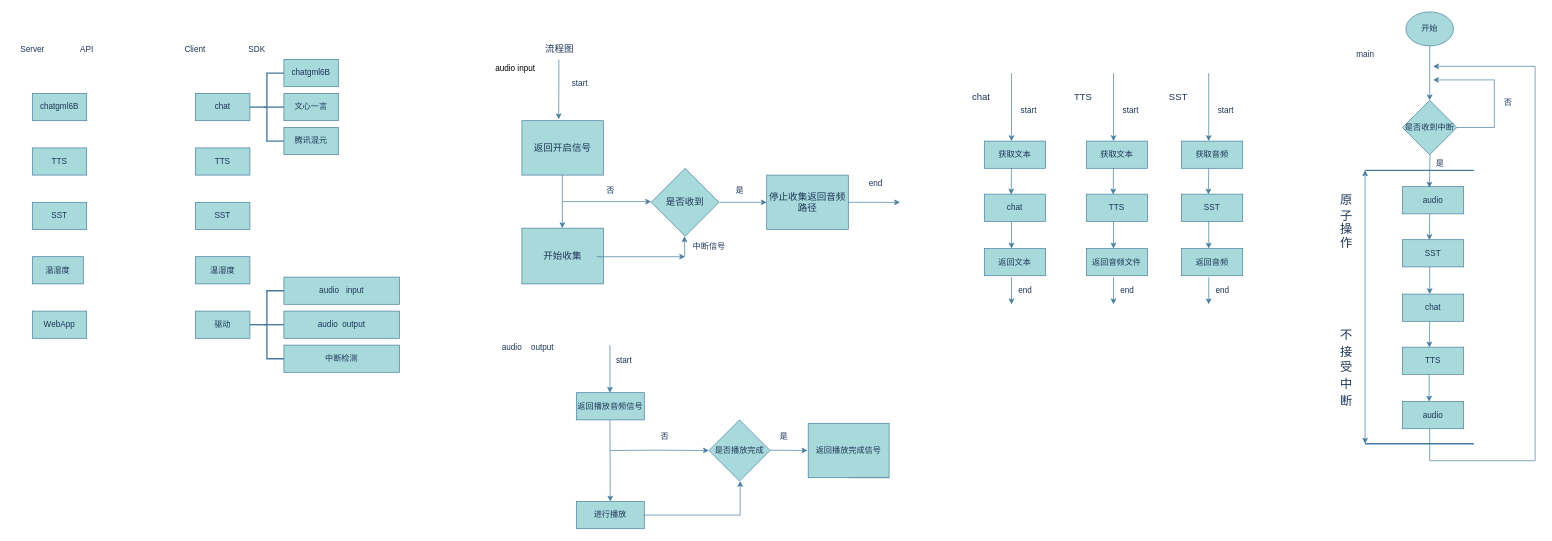
Earlier version of the draw.io diagram flowsheet/flowsheet.drawio (Laborhor/client_tools). Source tidied: cells renumbered, new cells numbered last; positions are measured from the earlier drawing's top-left corner, leaving out a move shared by most shapes. Both pictures are drawn from the tidied source at 68%, with x=0, y=0 at pixel (12, 12).
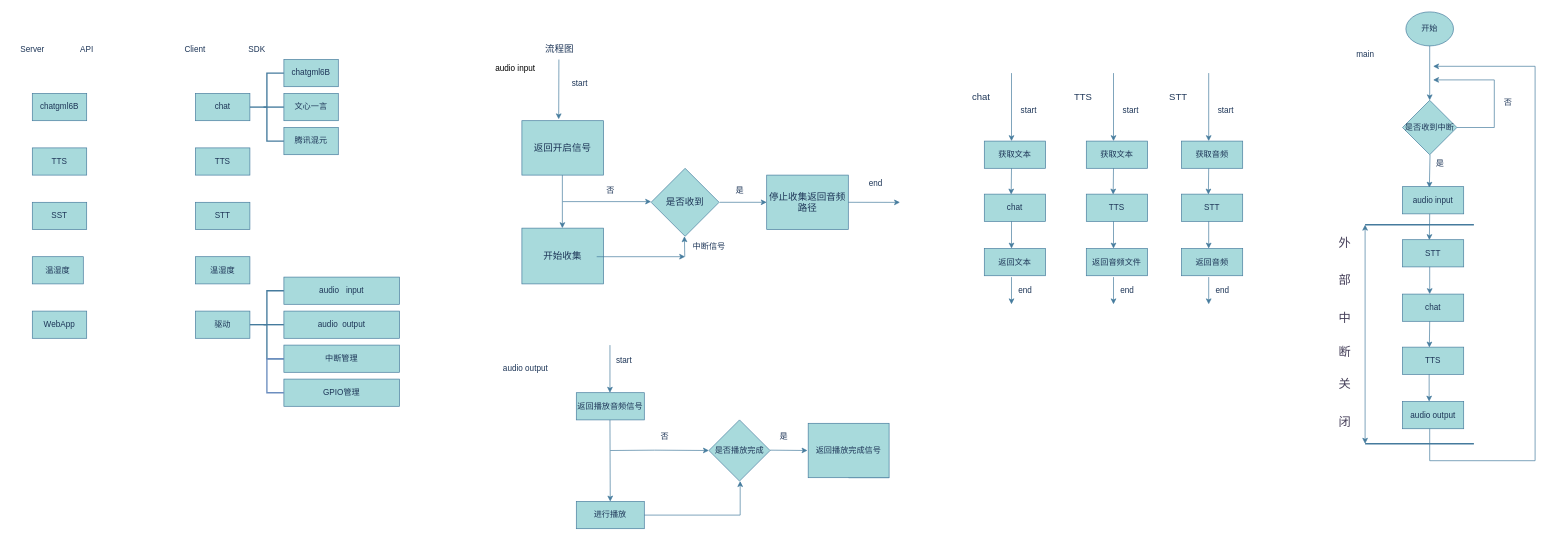
After the change.

Diff of the diagram source:
```diff
@@
-    <mxCell id="13" value="SST" style="whiteSpace=wrap;html=1;strokeColor=#457B9D;fontColor=#1D3557;fillColor=#A8DADC;labelBackgroundColor=none;" parent="1" vertex="1">
+    <mxCell id="13" value="STT" style="whiteSpace=wrap;html=1;strokeColor=#457B9D;fontColor=#1D3557;fillColor=#A8DADC;labelBackgroundColor=none;" parent="1" vertex="1">
       <mxGeometry x="270" y="280" width="80" height="40" as="geometry" />
     </mxCell>
@@
-    <mxCell id="25" value="中断检测" style="whiteSpace=wrap;html=1;labelBackgroundColor=none;fillColor=#A8DADC;strokeColor=#457B9D;fontColor=#1D3557;" parent="1" vertex="1">
+    <mxCell id="25" value="中断管理" style="whiteSpace=wrap;html=1;labelBackgroundColor=none;fillColor=#A8DADC;strokeColor=#457B9D;fontColor=#1D3557;" parent="1" vertex="1">
       <mxGeometry x="400" y="490" width="170" height="40" as="geometry" />
     </mxCell>
@@
-    <mxCell id="43" value="audio" style="text;html=1;align=center;verticalAlign=middle;strokeColor=none;fillColor=none;fontColor=#1D3557;labelBackgroundColor=none;" parent="1" vertex="1">
-      <mxGeometry x="710" y="478" width="50" height="30" as="geometry" />
+    <mxCell id="43" value="audio output" style="text;html=1;align=center;verticalAlign=middle;strokeColor=none;fillColor=none;fontColor=#1D3557;labelBackgroundColor=none;" parent="1" vertex="1">
+      <mxGeometry x="710" y="510" width="90" height="30" as="geometry" />
     </mxCell>
-    <mxCell id="44" value="output" style="text;html=1;align=center;verticalAlign=middle;strokeColor=none;fillColor=none;fontColor=#1D3557;labelBackgroundColor=none;" parent="1" vertex="1">
-      <mxGeometry x="750" y="478" width="60" height="30" as="geometry" />
-    </mxCell>
@@
-    <mxCell id="78" value="&lt;font style=&quot;font-size: 14px;&quot;&gt;SST&lt;/font&gt;" style="text;html=1;align=center;verticalAlign=middle;strokeColor=none;fillColor=none;fontColor=#1D3557;labelBackgroundColor=none;" parent="1" vertex="1">
+    <mxCell id="78" value="&lt;font style=&quot;font-size: 14px;&quot;&gt;STT&lt;/font&gt;" style="text;html=1;align=center;verticalAlign=middle;strokeColor=none;fillColor=none;fontColor=#1D3557;labelBackgroundColor=none;" parent="1" vertex="1">
       <mxGeometry x="1690" y="110" width="50" height="30" as="geometry" />
     </mxCell>
@@
-    <mxCell id="83" value="SST" style="whiteSpace=wrap;html=1;strokeColor=#457B9D;fontColor=#1D3557;fillColor=#A8DADC;labelBackgroundColor=none;" parent="1" vertex="1">
+    <mxCell id="83" value="STT" style="whiteSpace=wrap;html=1;strokeColor=#457B9D;fontColor=#1D3557;fillColor=#A8DADC;labelBackgroundColor=none;" parent="1" vertex="1">
       <mxGeometry x="1720" y="268" width="90" height="40" as="geometry" />
     </mxCell>
@@
-    <mxCell id="91" value="audio" style="whiteSpace=wrap;html=1;strokeColor=#457B9D;fontColor=#1D3557;fillColor=#A8DADC;labelBackgroundColor=none;" parent="1" vertex="1">
+    <mxCell id="91" value="audio input" style="whiteSpace=wrap;html=1;strokeColor=#457B9D;fontColor=#1D3557;fillColor=#A8DADC;labelBackgroundColor=none;" parent="1" vertex="1">
       <mxGeometry x="2045" y="257" width="90" height="40" as="geometry" />
     </mxCell>
@@
-    <mxCell id="93" value="SST" style="whiteSpace=wrap;html=1;strokeColor=#457B9D;fontColor=#1D3557;fillColor=#A8DADC;labelBackgroundColor=none;" parent="1" vertex="1">
+    <mxCell id="93" value="STT" style="whiteSpace=wrap;html=1;strokeColor=#457B9D;fontColor=#1D3557;fillColor=#A8DADC;labelBackgroundColor=none;" parent="1" vertex="1">
       <mxGeometry x="2045" y="335" width="90" height="40" as="geometry" />
     </mxCell>
@@
-    <mxCell id="96" value="audio" style="whiteSpace=wrap;html=1;strokeColor=#457B9D;fontColor=#1D3557;fillColor=#A8DADC;labelBackgroundColor=none;" parent="1" vertex="1">
+    <mxCell id="96" value="audio output" style="whiteSpace=wrap;html=1;strokeColor=#457B9D;fontColor=#1D3557;fillColor=#A8DADC;labelBackgroundColor=none;" parent="1" vertex="1">
       <mxGeometry x="2045" y="573" width="90" height="40" as="geometry" />
     </mxCell>
@@
     <mxCell id="107" style="line;strokeWidth=2;html=1;strokeColor=#457B9D;fontColor=#1D3557;fillColor=#A8DADC;labelBackgroundColor=none;" parent="1" vertex="1">
-      <mxGeometry x="1990" y="228" width="160" height="10" as="geometry" />
+      <mxGeometry x="1990" y="308" width="160" height="10" as="geometry" />
     </mxCell>
@@
-    <mxCell id="109" value="&lt;span style=&quot;font-size: 18px;&quot;&gt;原&lt;/span&gt;" style="text;html=1;align=center;verticalAlign=middle;strokeColor=none;fillColor=none;fontColor=#1D3557;" parent="1" vertex="1">
-      <mxGeometry x="1942" y="257" width="40" height="40" as="geometry" />
-    </mxCell>
-    <mxCell id="110" value="&lt;span style=&quot;font-size: 18px;&quot;&gt;子&lt;/span&gt;" style="text;html=1;align=center;verticalAlign=middle;strokeColor=none;fillColor=none;fontColor=#1D3557;" parent="1" vertex="1">
-      <mxGeometry x="1942" y="280" width="40" height="40" as="geometry" />
-    </mxCell>
-    <mxCell id="111" value="&lt;font style=&quot;font-size: 18px;&quot;&gt;不&lt;/font&gt;" style="text;html=1;align=center;verticalAlign=middle;strokeColor=none;fillColor=none;fontColor=#1D3557;" parent="1" vertex="1">
-      <mxGeometry x="1942" y="455" width="40" height="40" as="geometry" />
-    </mxCell>
-    <mxCell id="112" value="&lt;font style=&quot;font-size: 18px;&quot;&gt;接&lt;/font&gt;" style="text;html=1;align=center;verticalAlign=middle;strokeColor=none;fillColor=none;fontColor=#1D3557;" parent="1" vertex="1">
-      <mxGeometry x="1942" y="480" width="40" height="40" as="geometry" />
-    </mxCell>
+    <mxCell id="118" value="audio input" style="text;html=1;align=center;verticalAlign=middle;strokeColor=none;fillColor=none;" parent="1" vertex="1">
+      <mxGeometry x="700" y="68" width="80" height="30" as="geometry" />
+    </mxCell>
+    <mxCell id="119" value="GPIO管理" style="whiteSpace=wrap;html=1;labelBackgroundColor=none;fillColor=#A8DADC;strokeColor=#457B9D;fontColor=#1D3557;" parent="1" vertex="1">
+      <mxGeometry x="400" y="540" width="170" height="40" as="geometry" />
+    </mxCell>
+    <mxCell id="120" value="&lt;font style=&quot;font-size: 18px;&quot;&gt;外&lt;/font&gt;" style="text;html=1;align=center;verticalAlign=middle;strokeColor=none;fillColor=none;fontStyle=0;fontColor=#453F59;" parent="1" vertex="1">
+      <mxGeometry x="1940" y="320" width="40" height="40" as="geometry" />
+    </mxCell>
+    <mxCell id="121" value="&lt;font style=&quot;font-size: 18px;&quot;&gt;部&lt;/font&gt;" style="text;html=1;align=center;verticalAlign=middle;strokeColor=none;fillColor=none;fontColor=#453f59;" parent="1" vertex="1">
+      <mxGeometry x="1940" y="375" width="40" height="40" as="geometry" />
+    </mxCell>
-    <mxCell id="113" value="&lt;font style=&quot;font-size: 18px;&quot;&gt;中&lt;/font&gt;" style="text;html=1;align=center;verticalAlign=middle;strokeColor=none;fillColor=none;fontColor=#1D3557;" parent="1" vertex="1">
-      <mxGeometry x="1942" y="528" width="40" height="40" as="geometry" />
+    <mxCell id="113" value="&lt;font style=&quot;font-size: 18px;&quot;&gt;中&lt;/font&gt;" style="text;html=1;align=center;verticalAlign=middle;strokeColor=none;fillColor=none;fontColor=#453f59;" parent="1" vertex="1">
+      <mxGeometry x="1940" y="430" width="40" height="40" as="geometry" />
     </mxCell>
-    <mxCell id="114" value="&lt;font style=&quot;font-size: 18px;&quot;&gt;断&lt;/font&gt;" style="text;html=1;align=center;verticalAlign=middle;strokeColor=none;fillColor=none;fontColor=#1D3557;" parent="1" vertex="1">
-      <mxGeometry x="1942" y="553" width="40" height="40" as="geometry" />
+    <mxCell id="114" value="&lt;font style=&quot;font-size: 18px;&quot;&gt;断&lt;/font&gt;" style="text;html=1;align=center;verticalAlign=middle;strokeColor=none;fillColor=none;fontColor=#453F59;" parent="1" vertex="1">
+      <mxGeometry x="1940" y="480" width="40" height="40" as="geometry" />
     </mxCell>
-    <mxCell id="115" value="&lt;font style=&quot;font-size: 18px;&quot;&gt;受&lt;/font&gt;" style="text;html=1;align=center;verticalAlign=middle;strokeColor=none;fillColor=none;fontColor=#1D3557;" parent="1" vertex="1">
-      <mxGeometry x="1942" y="503" width="40" height="40" as="geometry" />
-    </mxCell>
-    <mxCell id="116" value="&lt;span style=&quot;font-size: 18px;&quot;&gt;作&lt;/span&gt;" style="text;html=1;align=center;verticalAlign=middle;strokeColor=none;fillColor=none;fontColor=#1D3557;" parent="1" vertex="1">
-      <mxGeometry x="1942" y="320" width="40" height="40" as="geometry" />
-    </mxCell>
-    <mxCell id="117" value="&lt;span style=&quot;font-size: 18px;&quot;&gt;操&lt;/span&gt;" style="text;html=1;align=center;verticalAlign=middle;strokeColor=none;fillColor=none;fontColor=#1D3557;" parent="1" vertex="1">
-      <mxGeometry x="1942" y="300" width="40" height="40" as="geometry" />
-    </mxCell>
-    <mxCell id="118" value="audio input" style="text;html=1;align=center;verticalAlign=middle;strokeColor=none;fillColor=none;" parent="1" vertex="1">
-      <mxGeometry x="700" y="68" width="80" height="30" as="geometry" />
-    </mxCell>
+    <mxCell id="122" value="&lt;font style=&quot;font-size: 18px;&quot;&gt;关&lt;/font&gt;" style="text;html=1;align=center;verticalAlign=middle;strokeColor=none;fillColor=none;fontColor=#453f59;" parent="1" vertex="1">
+      <mxGeometry x="1940" y="528" width="40" height="40" as="geometry" />
+    </mxCell>
+    <mxCell id="123" value="&lt;font style=&quot;font-size: 18px;&quot;&gt;闭&lt;/font&gt;" style="text;html=1;align=center;verticalAlign=middle;strokeColor=none;fillColor=none;fontColor=#453f59;" parent="1" vertex="1">
+      <mxGeometry x="1940" y="583" width="40" height="40" as="geometry" />
+    </mxCell>
+    <mxCell id="124" style="strokeWidth=2;html=1;shape=mxgraph.flowchart.annotation_1;align=left;fillColor=#dae8fc;strokeColor=#6c8ebf;" parent="1" vertex="1">
+      <mxGeometry x="375" y="510" width="25" height="50" as="geometry" />
+    </mxCell>
```
